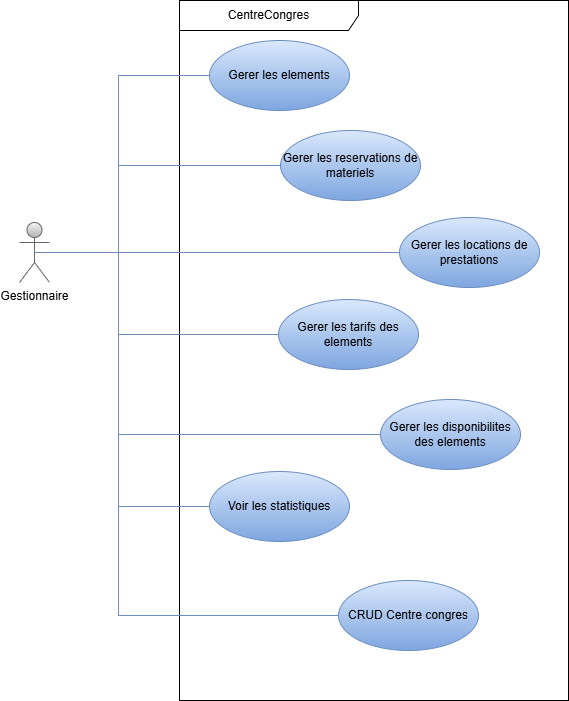
Before: usecases/usesCases-diagram.png, a diagram exported from draw.io (annickFeutseu/gestion-centres-congres-bmo). Source tidied: cells renumbered, new cells last; positions are measured from the earlier drawing's top-left corner, leaving out a move shared by most shapes.
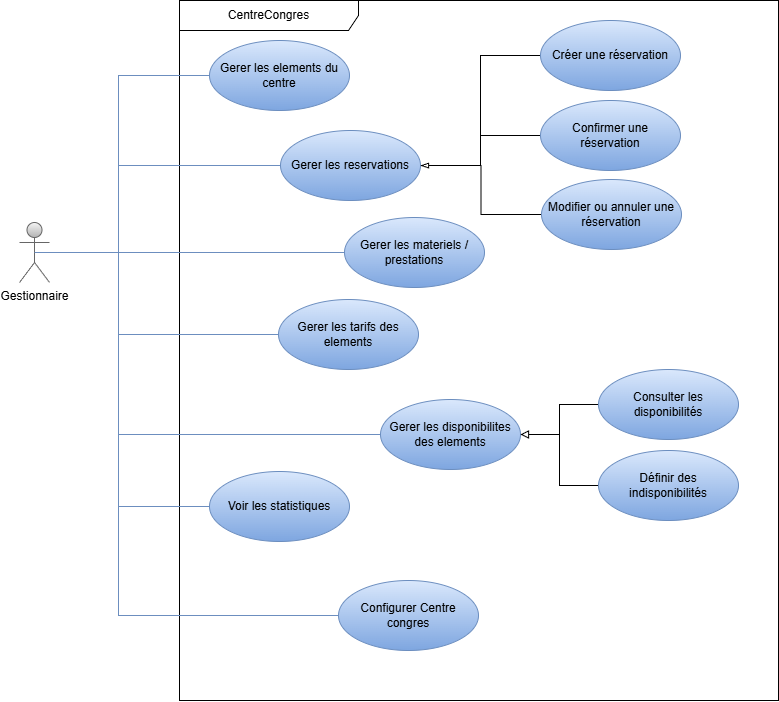
After the change.

Commit message:
improve class diagram, adding state, obect and sequence diagrams

The edit, as a diff of the source:
```diff
@@ -6,16 +6,16 @@
       <mxGeometry y="222" width="30" height="60" as="geometry" />
     </mxCell>
     <mxCell id="3" value="CentreCongres" style="shape=umlFrame;whiteSpace=wrap;html=1;width=179;fillColor=none;height=30;" parent="1" vertex="1">
-      <mxGeometry x="160" width="389" height="700" as="geometry" />
+      <mxGeometry x="160" width="599" height="700" as="geometry" />
     </mxCell>
-    <mxCell id="4" value="Gerer les elements" style="ellipse;whiteSpace=wrap;html=1;fillColor=#dae8fc;gradientColor=#7ea6e0;strokeColor=#6c8ebf;" parent="3" vertex="1">
+    <mxCell id="4" value="Gerer les elements du centre" style="ellipse;whiteSpace=wrap;html=1;fillColor=#dae8fc;gradientColor=#7ea6e0;strokeColor=#6c8ebf;" parent="3" vertex="1">
       <mxGeometry x="30" y="40" width="140" height="70" as="geometry" />
     </mxCell>
-    <mxCell id="5" value="Gerer les reservations de materiels" style="ellipse;whiteSpace=wrap;html=1;fillColor=#dae8fc;gradientColor=#7ea6e0;strokeColor=#6c8ebf;" parent="3" vertex="1">
+    <mxCell id="5" value="Gerer les reservations" style="ellipse;whiteSpace=wrap;html=1;fillColor=#dae8fc;gradientColor=#7ea6e0;strokeColor=#6c8ebf;" parent="3" vertex="1">
       <mxGeometry x="101" y="130" width="140" height="70" as="geometry" />
     </mxCell>
-    <mxCell id="6" value="Gerer les locations de prestations" style="ellipse;whiteSpace=wrap;html=1;fillColor=#dae8fc;gradientColor=#7ea6e0;strokeColor=#6c8ebf;" parent="3" vertex="1">
-      <mxGeometry x="220" y="217" width="140" height="70" as="geometry" />
+    <mxCell id="6" value="Gerer les materiels / prestations" style="ellipse;whiteSpace=wrap;html=1;fillColor=#dae8fc;gradientColor=#7ea6e0;strokeColor=#6c8ebf;" parent="3" vertex="1">
+      <mxGeometry x="165" y="217" width="140" height="70" as="geometry" />
     </mxCell>
     <mxCell id="7" value="Gerer les tarifs des elements" style="ellipse;whiteSpace=wrap;html=1;fillColor=#dae8fc;gradientColor=#7ea6e0;strokeColor=#6c8ebf;" parent="3" vertex="1">
       <mxGeometry x="99" y="299" width="140" height="70" as="geometry" />
@@ -26,9 +26,39 @@
     <mxCell id="9" value="Voir les statistiques" style="ellipse;whiteSpace=wrap;html=1;fillColor=#dae8fc;gradientColor=#7ea6e0;strokeColor=#6c8ebf;" parent="3" vertex="1">
       <mxGeometry x="30" y="471" width="140" height="70" as="geometry" />
     </mxCell>
-    <mxCell id="10" value="CRUD Centre congres" style="ellipse;whiteSpace=wrap;html=1;fillColor=#dae8fc;gradientColor=#7ea6e0;strokeColor=#6c8ebf;" parent="3" vertex="1">
+    <mxCell id="10" value="Configurer Centre congres" style="ellipse;whiteSpace=wrap;html=1;fillColor=#dae8fc;gradientColor=#7ea6e0;strokeColor=#6c8ebf;" parent="3" vertex="1">
       <mxGeometry x="159" y="580" width="140" height="70" as="geometry" />
     </mxCell>
+    <mxCell id="18" style="edgeStyle=orthogonalEdgeStyle;rounded=0;jettySize=auto;html=1;endArrow=block;endFill=0;" parent="3" edge="1" source="19" target="8">
+      <mxGeometry relative="1" as="geometry" />
+    </mxCell>
+    <mxCell id="19" value="&lt;span class=&quot;BZ_Pyq_fadeIn&quot;&gt;Consulter &lt;/span&gt;&lt;span class=&quot;BZ_Pyq_fadeIn&quot;&gt;les &lt;/span&gt;&lt;span class=&quot;BZ_Pyq_fadeIn&quot;&gt;disponibilités&lt;/span&gt;" style="ellipse;whiteSpace=wrap;html=1;fillColor=#dae8fc;gradientColor=#7ea6e0;strokeColor=#6c8ebf;" parent="3" vertex="1">
+      <mxGeometry x="419" y="369" width="140" height="70" as="geometry" />
+    </mxCell>
+    <mxCell id="20" style="edgeStyle=orthogonalEdgeStyle;rounded=0;jettySize=auto;html=1;endArrow=block;endFill=0;" parent="3" edge="1" source="21" target="8">
+      <mxGeometry relative="1" as="geometry" />
+    </mxCell>
+    <mxCell id="21" value="&lt;span class=&quot;BZ_Pyq_fadeIn&quot;&gt;Définir &lt;/span&gt;&lt;span class=&quot;BZ_Pyq_fadeIn&quot;&gt;des &lt;/span&gt;&lt;span class=&quot;BZ_Pyq_fadeIn&quot;&gt;indisponibilités&lt;/span&gt;" style="ellipse;whiteSpace=wrap;html=1;fillColor=#dae8fc;gradientColor=#7ea6e0;strokeColor=#6c8ebf;" parent="3" vertex="1">
+      <mxGeometry x="419" y="450" width="140" height="70" as="geometry" />
+    </mxCell>
+    <mxCell id="22" style="edgeStyle=orthogonalEdgeStyle;rounded=0;jettySize=auto;html=1;entryX=1;entryY=0.5;entryDx=0;entryDy=0;endArrow=blockThin;endFill=0;" parent="3" edge="1" source="23" target="5">
+      <mxGeometry relative="1" as="geometry" />
+    </mxCell>
+    <mxCell id="23" value="&lt;span class=&quot;BZ_Pyq_fadeIn&quot;&gt;Créer &lt;/span&gt;&lt;span class=&quot;BZ_Pyq_fadeIn&quot;&gt;une &lt;/span&gt;&lt;span class=&quot;BZ_Pyq_fadeIn&quot;&gt;réservation&lt;/span&gt;" style="ellipse;whiteSpace=wrap;html=1;fillColor=#dae8fc;gradientColor=#7ea6e0;strokeColor=#6c8ebf;" parent="3" vertex="1">
+      <mxGeometry x="361" y="20" width="140" height="70" as="geometry" />
+    </mxCell>
+    <mxCell id="24" style="edgeStyle=orthogonalEdgeStyle;rounded=0;jettySize=auto;html=1;endArrow=blockThin;endFill=0;" parent="3" edge="1" source="25" target="5">
+      <mxGeometry relative="1" as="geometry" />
+    </mxCell>
+    <mxCell id="25" value="&lt;span class=&quot;BZ_Pyq_fadeIn&quot;&gt;Confirmer &lt;/span&gt;&lt;span class=&quot;BZ_Pyq_fadeIn&quot;&gt;une &lt;/span&gt;&lt;span class=&quot;BZ_Pyq_fadeIn&quot;&gt;réservation&lt;/span&gt;" style="ellipse;whiteSpace=wrap;html=1;fillColor=#dae8fc;gradientColor=#7ea6e0;strokeColor=#6c8ebf;" parent="3" vertex="1">
+      <mxGeometry x="361" y="100" width="140" height="70" as="geometry" />
+    </mxCell>
+    <mxCell id="26" style="edgeStyle=orthogonalEdgeStyle;rounded=0;jettySize=auto;html=1;entryX=1;entryY=0.5;entryDx=0;entryDy=0;endArrow=blockThin;endFill=0;" parent="3" edge="1" source="27" target="5">
+      <mxGeometry relative="1" as="geometry" />
+    </mxCell>
+    <mxCell id="27" value="&lt;span class=&quot;BZ_Pyq_fadeIn&quot;&gt;Modifier &lt;/span&gt;&lt;span class=&quot;BZ_Pyq_fadeIn&quot;&gt;ou &lt;/span&gt;&lt;span class=&quot;BZ_Pyq_fadeIn&quot;&gt;annuler &lt;/span&gt;&lt;span class=&quot;BZ_Pyq_fadeIn&quot;&gt;une &lt;/span&gt;&lt;span class=&quot;BZ_Pyq_fadeIn&quot;&gt;réservation&lt;/span&gt;" style="ellipse;whiteSpace=wrap;html=1;fillColor=#dae8fc;gradientColor=#7ea6e0;strokeColor=#6c8ebf;" parent="3" vertex="1">
+      <mxGeometry x="362" y="179" width="140" height="70" as="geometry" />
+    </mxCell>
     <mxCell id="11" style="endArrow=none;html=1;rounded=0;entryX=0;entryY=0.5;entryDx=0;entryDy=0;fillColor=#dae8fc;gradientColor=#7ea6e0;strokeColor=#6c8ebf;" parent="1" edge="1" source="2" target="6">
       <mxGeometry relative="1" as="geometry" />
     </mxCell>
```
